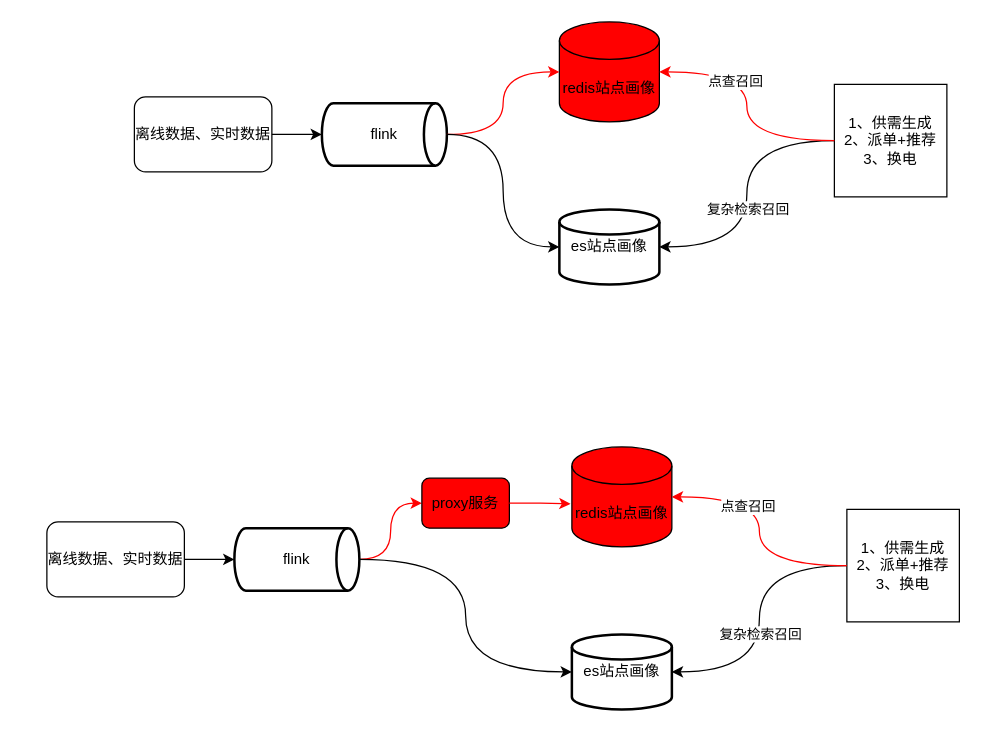
Before: esToredis.drawio in jackie-coming/draw, a draw.io diagram. Source tidied: cells renumbered, new cells numbered last; positions are measured from the earlier drawing's top-left corner, leaving out a move shared by most shapes. Both pictures are drawn from the tidied source at 125%, with x=0, y=0 at pixel (46, 21).
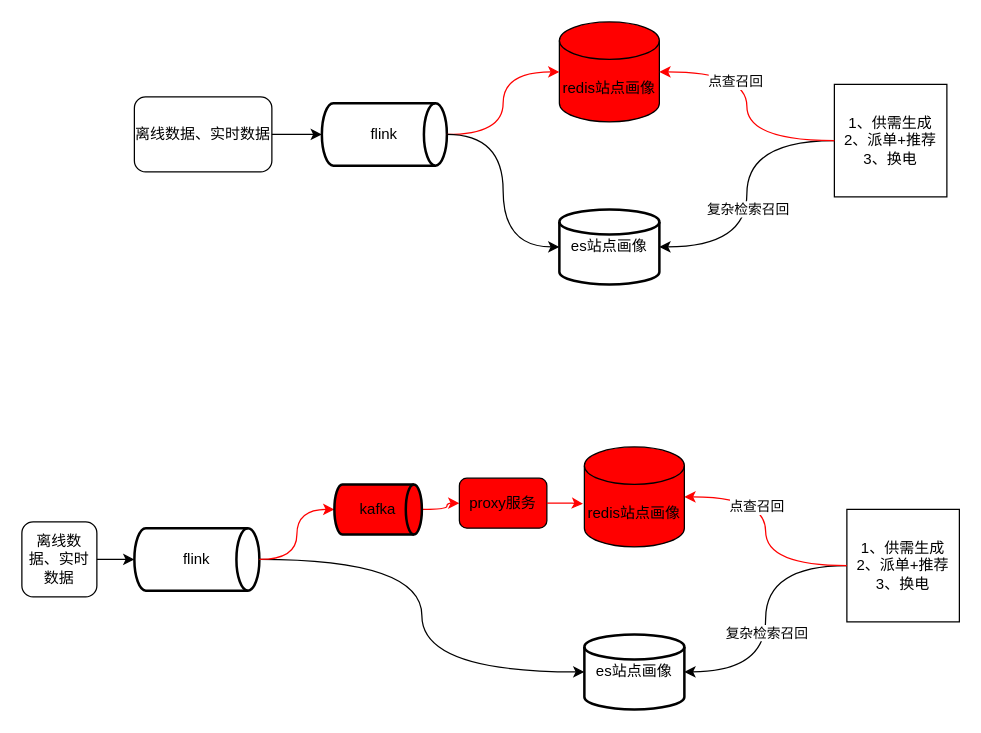
After the change.

Change to the diagram source:
```diff
@@
     <mxCell id="14" value="离线数据、实时数据" style="rounded=1;whiteSpace=wrap;html=1;" parent="1" vertex="1">
-      <mxGeometry y="400" width="110" height="60" as="geometry" />
+      <mxGeometry x="-20" y="400" width="60" height="60" as="geometry" />
     </mxCell>
     <mxCell id="15" value="redis站点画像" style="shape=cylinder3;whiteSpace=wrap;html=1;boundedLbl=1;backgroundOutline=1;size=15;fillColor=#FF0000;" parent="1" vertex="1">
-      <mxGeometry x="420" y="340" width="80" height="80" as="geometry" />
+      <mxGeometry x="430" y="340" width="80" height="80" as="geometry" />
     </mxCell>
-    <mxCell id="16" style="edgeStyle=orthogonalEdgeStyle;rounded=0;jettySize=auto;html=1;entryX=0;entryY=0.5;entryDx=0;entryDy=0;curved=1;strokeColor=#FF0000;" parent="1" edge="1" source="17" target="26">
+    <mxCell id="16" style="edgeStyle=orthogonalEdgeStyle;rounded=0;jettySize=auto;html=1;entryX=0;entryY=0.5;entryDx=0;entryDy=0;curved=1;strokeColor=#FF0000;" parent="1" edge="1" source="29" target="26">
       <mxGeometry relative="1" as="geometry" />
     </mxCell>
     <mxCell id="17" value="flink" style="strokeWidth=2;html=1;shape=mxgraph.flowchart.direct_data;whiteSpace=wrap;" parent="1" vertex="1">
-      <mxGeometry x="150" y="405" width="100" height="50" as="geometry" />
+      <mxGeometry x="70" y="405" width="100" height="50" as="geometry" />
     </mxCell>
     <mxCell id="18" value="es站点画像" style="strokeWidth=2;html=1;shape=mxgraph.flowchart.database;whiteSpace=wrap;" parent="1" vertex="1">
-      <mxGeometry x="420" y="490" width="80" height="60" as="geometry" />
+      <mxGeometry x="430" y="490" width="80" height="60" as="geometry" />
     </mxCell>
@@
     <mxCell id="26" value="proxy服务" style="rounded=1;whiteSpace=wrap;html=1;fillColor=#FF0000;" parent="1" vertex="1">
-      <mxGeometry x="300" y="365" width="70" height="40" as="geometry" />
+      <mxGeometry x="330" y="365" width="70" height="40" as="geometry" />
     </mxCell>
@@
+    <mxCell id="28" style="edgeStyle=orthogonalEdgeStyle;rounded=0;jettySize=auto;html=1;entryX=0;entryY=0.5;entryDx=0;entryDy=0;curved=1;strokeColor=#FF0000;" parent="1" edge="1" source="17" target="29">
+      <mxGeometry relative="1" as="geometry" />
+    </mxCell>
+    <mxCell id="29" value="kafka" style="strokeWidth=2;html=1;shape=mxgraph.flowchart.direct_data;whiteSpace=wrap;fillColor=#FF0000;" parent="1" vertex="1">
+      <mxGeometry x="230" y="370" width="70" height="40" as="geometry" />
+    </mxCell>
```
